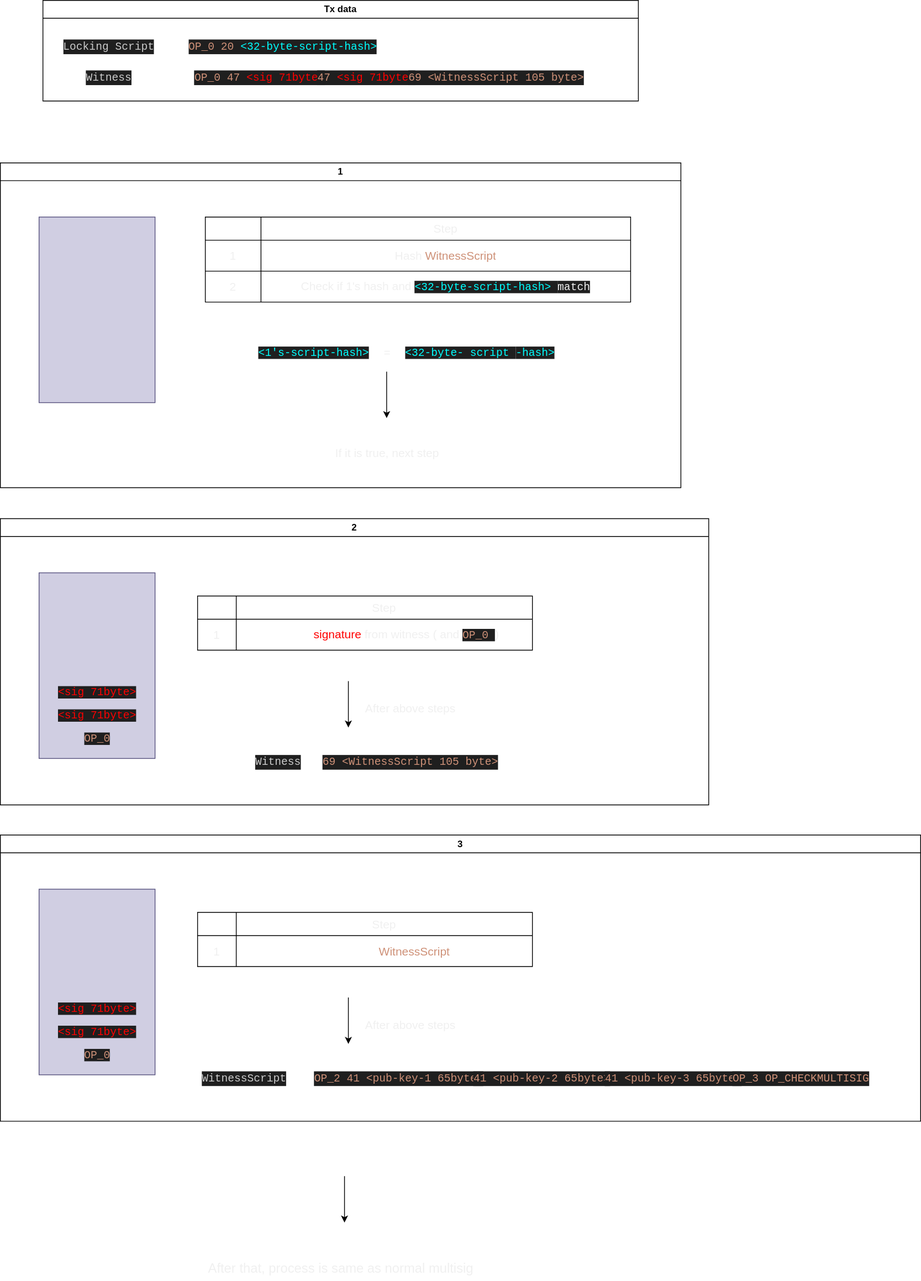
Earlier version of the draw.io export P01_bitcoin/img/process_p2wsh.drawio.svg (blockchaininnovation/lecture). Source tidied: cells renumbered, new cells last; positions are measured from the earlier drawing's top-left corner, leaving out a move shared by most shapes.
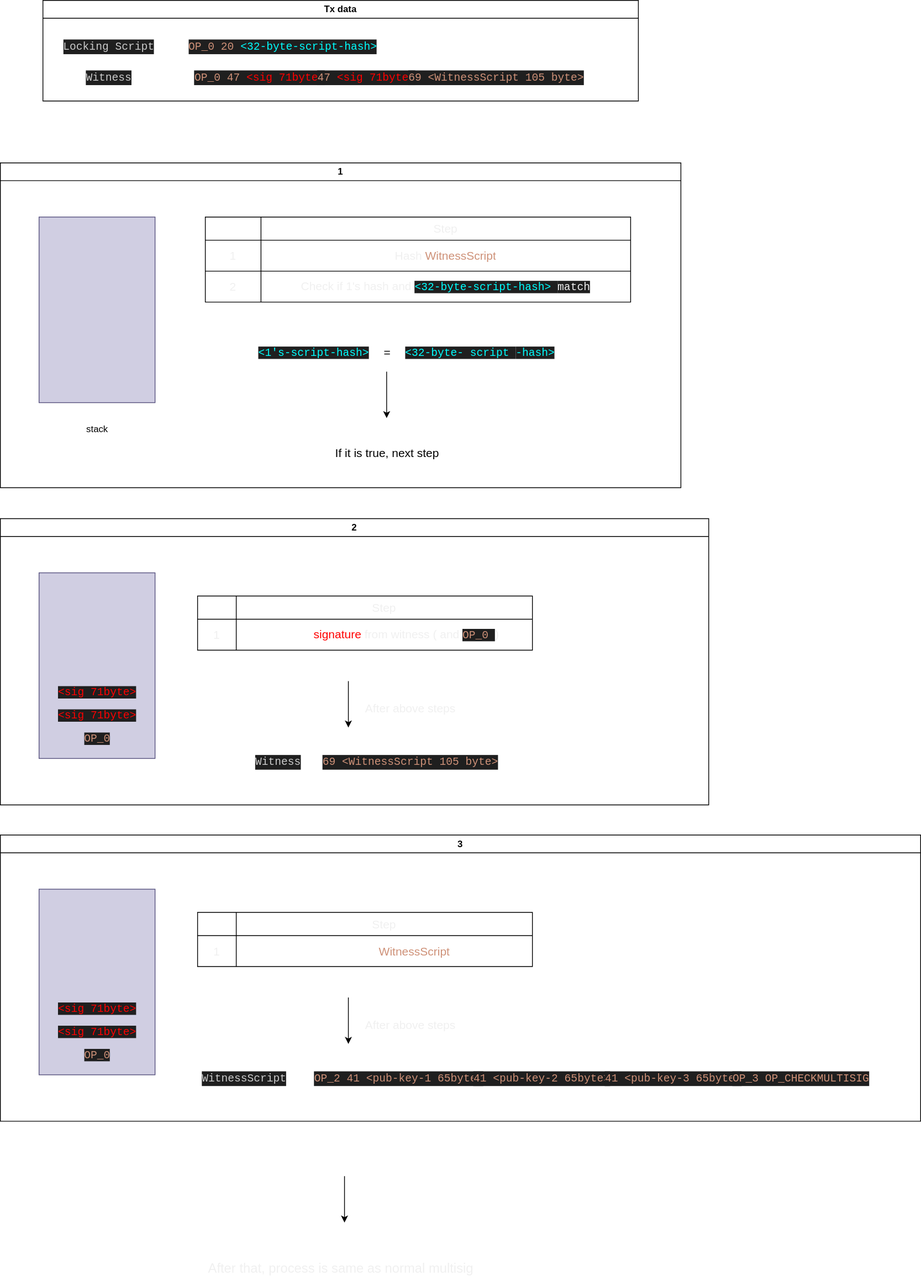
After the change.

Commit message:
図の配色をテスト中

Diff of the diagram source:
```diff
@@ -32,7 +32,7 @@
     <mxCell id="11" style="rounded=0;whiteSpace=wrap;html=1;fillColor=#d0cee2;strokeColor=#56517e;" parent="10" vertex="1">
       <mxGeometry x="50" y="70" width="150" height="240" as="geometry" />
     </mxCell>
-    <mxCell id="12" value="stack" style="text;html=1;align=center;verticalAlign=middle;strokeColor=none;fillColor=default;fontColor=#FFFFFF;" parent="10" vertex="1">
+    <mxCell id="12" value="stack" style="text;html=1;align=center;verticalAlign=middle;strokeColor=none;fillColor=default;fontColor=#000000;" parent="10" vertex="1">
       <mxGeometry x="100" y="330" width="50" height="30" as="geometry" />
     </mxCell>
     <mxCell id="13" style="shape=table;html=1;whiteSpace=wrap;startSize=0;fontSize=15;fillColor=default;" parent="10" vertex="1">
@@ -65,7 +65,7 @@
     <mxCell id="22" value="&lt;font color=&quot;#f0f0f0&quot;&gt;Check if 1's hash and&amp;nbsp;&lt;/font&gt;&lt;span style=&quot;color: rgb(0, 255, 255); font-family: Consolas, &amp;quot;Courier New&amp;quot;, monospace; font-size: 14px; background-color: rgb(31, 31, 31);&quot;&gt;&amp;lt;32-byte-script-hash&amp;gt; &lt;/span&gt;&lt;span style=&quot;font-family: Consolas, &amp;quot;Courier New&amp;quot;, monospace; font-size: 14px; background-color: rgb(31, 31, 31);&quot;&gt;&lt;font color=&quot;#f0f0f0&quot;&gt;match&lt;/font&gt;&lt;/span&gt;" style="shape=partialRectangle;html=1;whiteSpace=wrap;fillColor=none;top=0;left=0;bottom=0;right=0;overflow=hidden;fontSize=15;fontColor=#CE9178;" parent="20" vertex="1">
       <mxGeometry x="72" width="478" height="40" as="geometry" />
     </mxCell>
-    <mxCell id="23" value="If it is true, next step" style="text;html=1;align=center;verticalAlign=middle;strokeColor=none;fillColor=default;fontSize=15;fontColor=#F0F0F0;" parent="10" vertex="1">
+    <mxCell id="23" value="If it is true, next step" style="text;html=1;align=center;verticalAlign=middle;strokeColor=none;fillColor=default;fontSize=15;fontColor=#000000;" parent="10" vertex="1">
       <mxGeometry x="420" y="360" width="160" height="30" as="geometry" />
     </mxCell>
     <mxCell id="24" style="endArrow=classic;html=1;fontSize=15;fontColor=#F0F0F0;" parent="10" edge="1">
@@ -80,7 +80,7 @@
     <mxCell id="26" value="&lt;span style=&quot;color: rgb(0, 255, 255); font-family: Consolas, &amp;quot;Courier New&amp;quot;, monospace; font-size: 14px; background-color: rgb(31, 31, 31);&quot;&gt;&amp;lt;1's-script-hash&amp;gt;&lt;/span&gt;" style="text;html=1;align=center;verticalAlign=middle;strokeColor=none;fillColor=none;fontSize=15;fontColor=#F0F0F0;" parent="10" vertex="1">
       <mxGeometry x="330" y="230" width="150" height="30" as="geometry" />
     </mxCell>
-    <mxCell id="27" value="=" style="text;html=1;align=center;verticalAlign=middle;strokeColor=none;fillColor=default;fontSize=15;fontColor=#F0F0F0;" parent="10" vertex="1">
+    <mxCell id="27" value="=" style="text;html=1;align=center;verticalAlign=middle;strokeColor=none;fillColor=default;fontSize=15;fontColor=#000000;" parent="10" vertex="1">
       <mxGeometry x="485" y="230" width="30" height="30" as="geometry" />
     </mxCell>
     <mxCell id="28" value="2" style="swimlane;whiteSpace=wrap;html=1;startSize=23;" parent="1" vertex="1">
```
